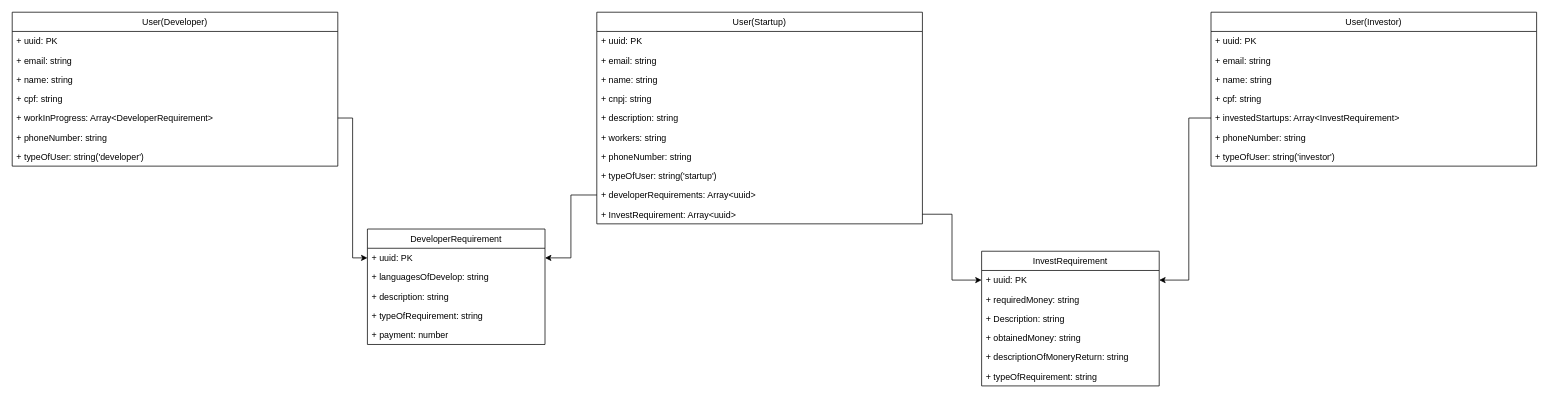
Earlier version of the draw.io diagram documentation/Database.drawio (paulodaluz/kick-off-backend). Source tidied: cells renumbered, new cells numbered last; positions are measured from the earlier drawing's top-left corner, leaving out a move shared by most shapes. Both pictures are drawn from the tidied source at 74%, with x=0, y=0 at pixel (12, 12).
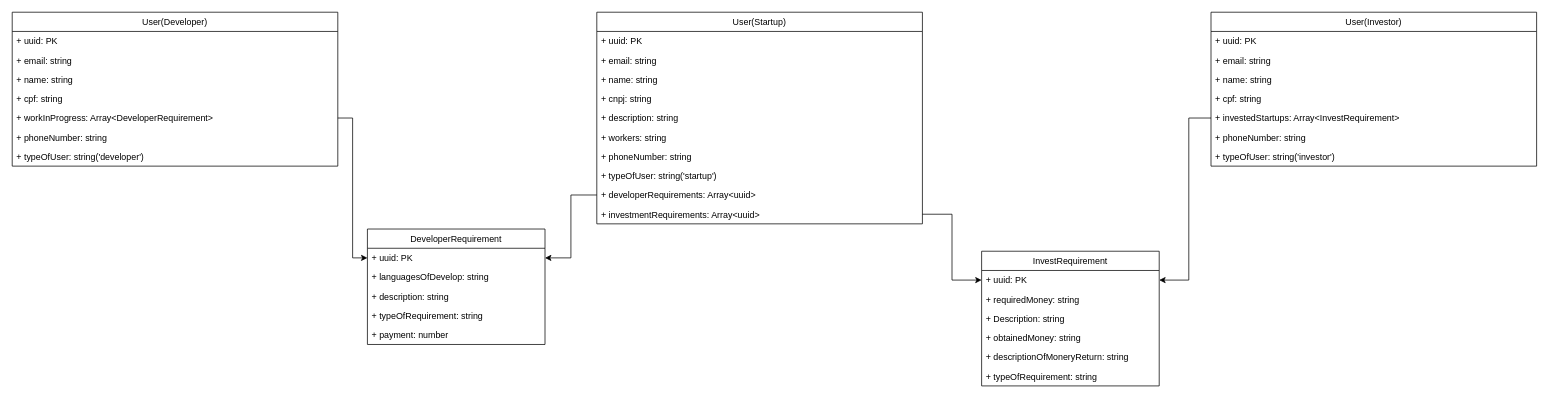
The same page after the edit.

Unchanged cells that the change refers to:
```xml
<mxCell id="2" value="User(Startup)" style="swimlane;fontStyle=0;horizontal=1;startSize=26;fillColor=none;" parent="1" vertex="1">
  <mxGeometry x="790" width="440" height="286" as="geometry" />
</mxCell>
```

Diff of the diagram source:
```diff
@@
-    <mxCell id="12" value="+ InvestRequirement: Array&lt;uuid&gt;" style="text;strokeColor=none;fillColor=none;align=left;verticalAlign=top;spacingLeft=4;spacingRight=4;overflow=hidden;points=[[0,0.5],[1,0.5]];portConstraint=eastwest;" parent="2" vertex="1">
+    <mxCell id="12" value="+ investmentRequirements: Array&lt;uuid&gt;" style="text;strokeColor=none;fillColor=none;align=left;verticalAlign=top;spacingLeft=4;spacingRight=4;overflow=hidden;points=[[0,0.5],[1,0.5]];portConstraint=eastwest;" parent="2" vertex="1">
       <mxGeometry y="260" width="440" height="26" as="geometry" />
     </mxCell>
```
